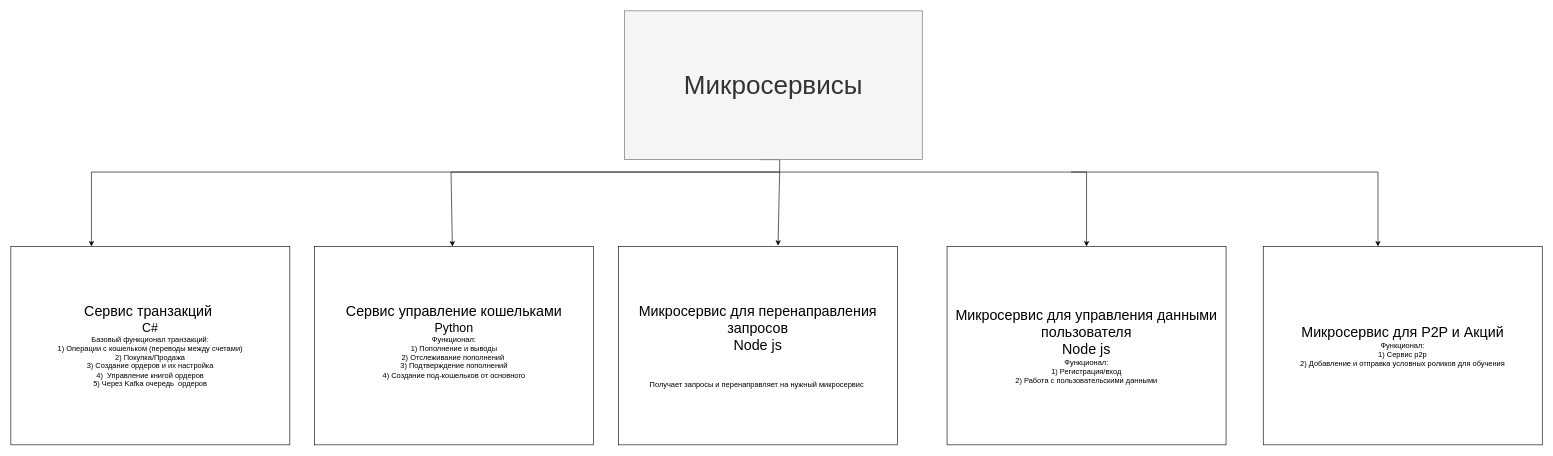
The draw.io diagram Диаграмма без названия.drawio in svalmaz/exchanger, before the edit. Source tidied: cells renumbered, new cells numbered last; positions are measured from the earlier drawing's top-left corner, leaving out a move shared by most shapes. Both pictures are drawn from the tidied source at 62%, with x=0, y=0 at pixel (11, 11).
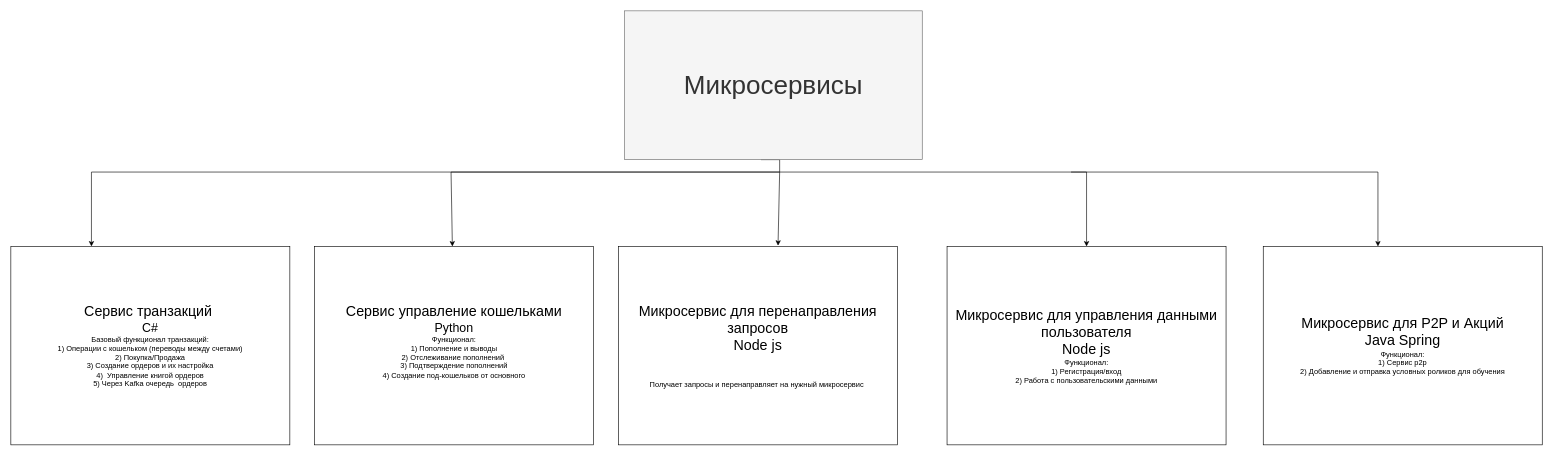
The same page after the edit.

The edit, as a diff of the source:
```diff
@@
-    <mxCell id="8" value="&lt;div&gt;&lt;span style=&quot;font-size: 23px;&quot;&gt;Микросервис для P2P и Акций&lt;/span&gt;&lt;/div&gt;&lt;div&gt;Функционал:&lt;/div&gt;&lt;div&gt;1) Сервис p2p&lt;br&gt;&lt;/div&gt;&lt;div&gt;2) Добавление и отправка условных роликов для обучения&lt;/div&gt;" style="whiteSpace=wrap;html=1;" parent="1" vertex="1">
+    <mxCell id="8" value="&lt;div&gt;&lt;span style=&quot;font-size: 23px;&quot;&gt;Микросервис для P2P и Акций&lt;/span&gt;&lt;/div&gt;&lt;div&gt;&lt;span style=&quot;font-size: 23px;&quot;&gt;Java Spring&lt;/span&gt;&lt;/div&gt;&lt;div&gt;Функционал:&lt;/div&gt;&lt;div&gt;1) Сервис p2p&lt;br&gt;&lt;/div&gt;&lt;div&gt;2) Добавление и отправка условных роликов для обучения&lt;/div&gt;" style="whiteSpace=wrap;html=1;" parent="1" vertex="1">
       <mxGeometry x="2020" y="380" width="450" height="320" as="geometry" />
     </mxCell>
```
